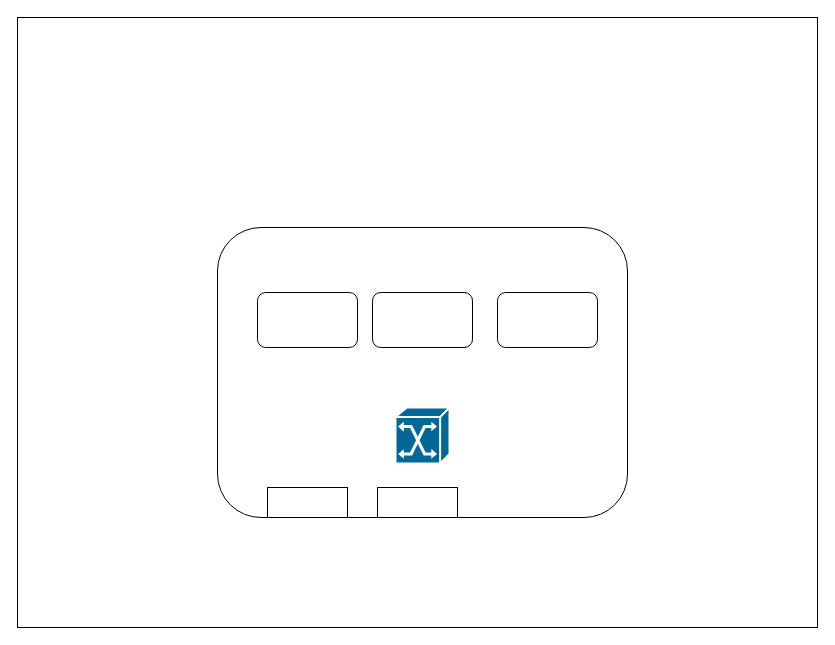
The draw.io diagram 未命11名绘图.drawio in Amber0130/Other, before the edit. Source tidied: cells renumbered, new cells numbered last; positions are measured from the earlier drawing's top-left corner, leaving out a move shared by most shapes. Both pictures are drawn from the tidied source at 100%, with x=0, y=0 at pixel (17, 17).
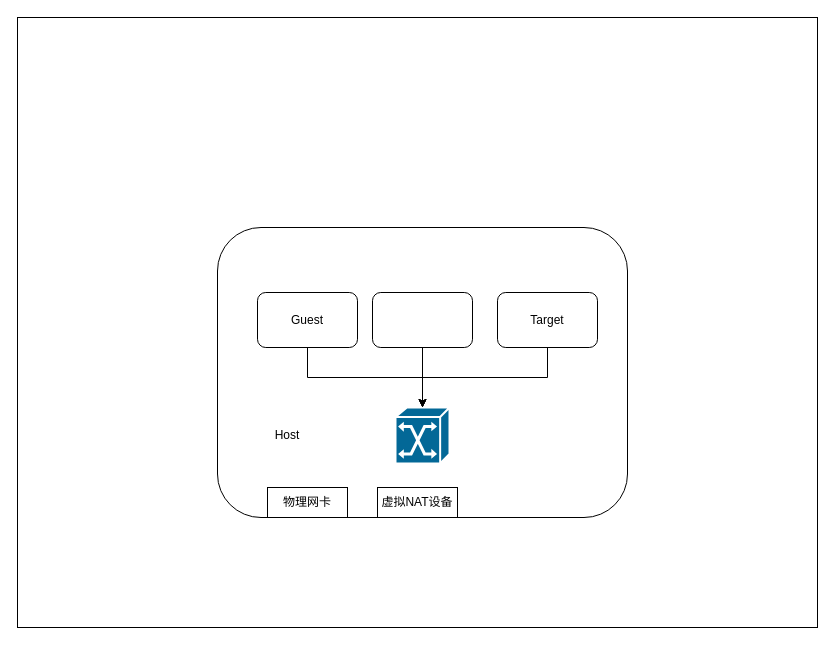
The same page after the edit.

Commit message (it also covers changes not shown here):
更新未命11名绘图.drawio

The edit, as a diff of the source:
```diff
@@
 <mxGraphModel>
   <root>
     <mxCell id="0" />
     <mxCell id="1" parent="0" />
     <mxCell id="2" style="rounded=0;whiteSpace=wrap;html=1;" parent="1" vertex="1">
       <mxGeometry width="800" height="610" as="geometry" />
     </mxCell>
     <mxCell id="3" style="rounded=1;whiteSpace=wrap;html=1;" parent="1" vertex="1">
       <mxGeometry x="200" y="210" width="410" height="290" as="geometry" />
     </mxCell>
     <mxCell id="4" style="shape=mxgraph.cisco.switches.atm_switch;sketch=0;html=1;dashed=0;fillColor=#036897;strokeColor=#ffffff;strokeWidth=2;verticalLabelPosition=bottom;verticalAlign=top;align=center;outlineConnect=0;" parent="1" vertex="1">
       <mxGeometry x="378" y="390" width="54" height="56" as="geometry" />
     </mxCell>
+    <mxCell id="10" style="edgeStyle=orthogonalEdgeStyle;rounded=0;jettySize=auto;html=1;exitX=0.5;exitY=1;exitDx=0;exitDy=0;" parent="1" edge="1" source="5" target="4">
+      <mxGeometry relative="1" as="geometry" />
+    </mxCell>
-    <mxCell id="5" style="rounded=1;whiteSpace=wrap;html=1;" parent="1" vertex="1">
+    <mxCell id="5" value="Guest" style="rounded=1;whiteSpace=wrap;html=1;" parent="1" vertex="1">
       <mxGeometry x="240" y="275" width="100" height="55" as="geometry" />
     </mxCell>
+    <mxCell id="11" style="edgeStyle=orthogonalEdgeStyle;rounded=0;jettySize=auto;html=1;exitX=0.5;exitY=1;exitDx=0;exitDy=0;entryX=0.5;entryY=0;entryDx=0;entryDy=0;entryPerimeter=0;" parent="1" edge="1" source="6" target="4">
+      <mxGeometry relative="1" as="geometry" />
+    </mxCell>
     <mxCell id="6" style="rounded=1;whiteSpace=wrap;html=1;" parent="1" vertex="1">
       <mxGeometry x="355" y="275" width="100" height="55" as="geometry" />
     </mxCell>
+    <mxCell id="12" style="edgeStyle=orthogonalEdgeStyle;rounded=0;jettySize=auto;html=1;exitX=0.5;exitY=1;exitDx=0;exitDy=0;" parent="1" edge="1" source="7" target="4">
+      <mxGeometry relative="1" as="geometry" />
+    </mxCell>
-    <mxCell id="7" style="rounded=1;whiteSpace=wrap;html=1;" parent="1" vertex="1">
+    <mxCell id="7" value="Target" style="rounded=1;whiteSpace=wrap;html=1;" parent="1" vertex="1">
       <mxGeometry x="480" y="275" width="100" height="55" as="geometry" />
     </mxCell>
-    <mxCell id="8" style="rounded=0;whiteSpace=wrap;html=1;" parent="1" vertex="1">
+    <mxCell id="8" value="物理网卡" style="rounded=0;whiteSpace=wrap;html=1;" parent="1" vertex="1">
       <mxGeometry x="250" y="470" width="80" height="30" as="geometry" />
     </mxCell>
-    <mxCell id="9" style="rounded=0;whiteSpace=wrap;html=1;" parent="1" vertex="1">
+    <mxCell id="9" value="虚拟NAT设备" style="rounded=0;whiteSpace=wrap;html=1;" parent="1" vertex="1">
       <mxGeometry x="360" y="470" width="80" height="30" as="geometry" />
     </mxCell>
+    <mxCell id="13" value="Host" style="text;html=1;strokeColor=none;fillColor=none;align=center;verticalAlign=middle;whiteSpace=wrap;rounded=0;" parent="1" vertex="1">
+      <mxGeometry x="240" y="403" width="60" height="30" as="geometry" />
+    </mxCell>
   </root>
 </mxGraphModel>
```
